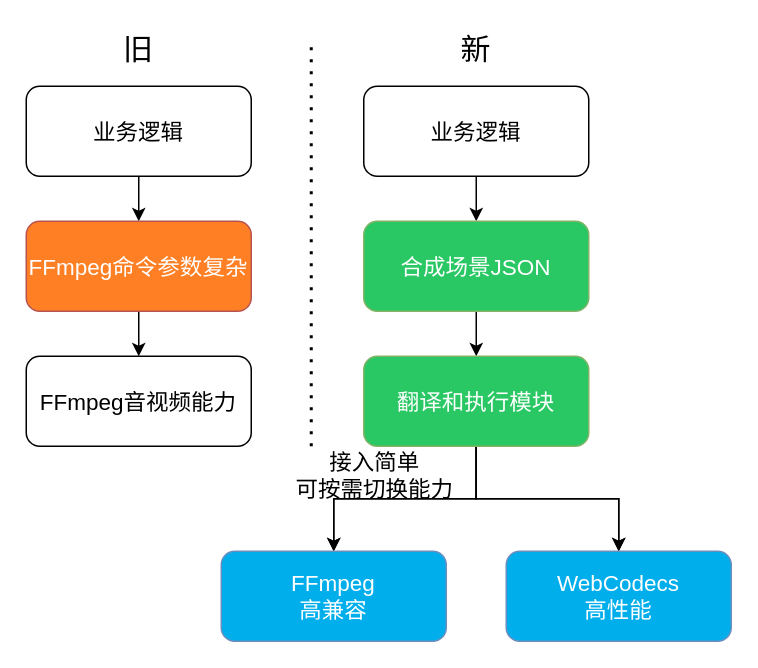
lqt0223/diagrams keeps this draw.io diagram as ffmpeg_json.drawio. Above is the earlier version. Source tidied: cells renumbered, new cells numbered last; positions are measured from the earlier drawing's top-left corner, leaving out a move shared by most shapes. Both pictures are drawn from the tidied source at 150%, with x=0, y=0 at pixel (26, 26).
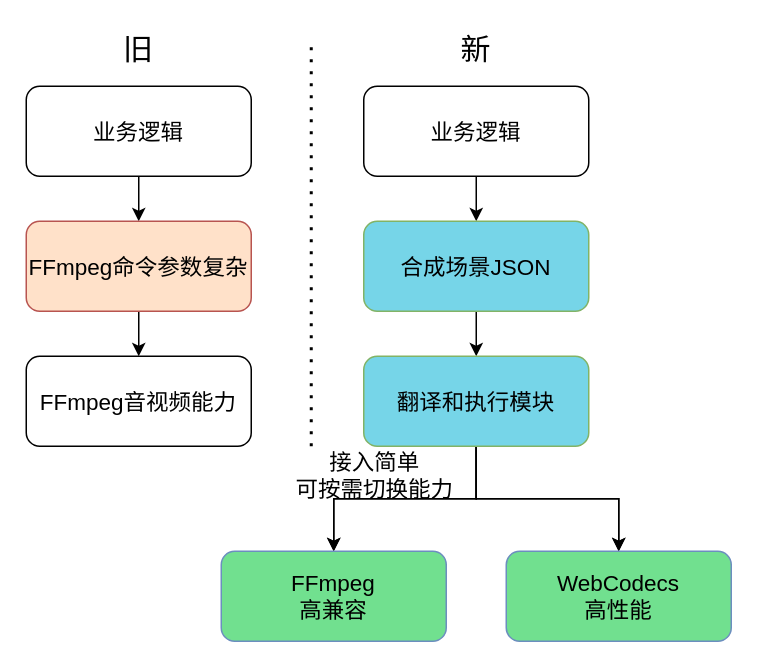
Above is the later version.

The edit, as a diff of the source:
```diff
@@
-    <mxCell id="5" value="FFmpeg命令参数&lt;span style=&quot;background-color: initial;&quot;&gt;复杂&lt;/span&gt;" style="whiteSpace=wrap;html=1;rounded=1;fontSize=15;fillColor=#ff7f24;strokeColor=#b85450;fontColor=#FFFFFF;" parent="1" vertex="1">
+    <mxCell id="5" value="FFmpeg命令参数&lt;span style=&quot;background-color: initial;&quot;&gt;复杂&lt;/span&gt;" style="whiteSpace=wrap;html=1;rounded=1;fontSize=15;fillColor=#FFE1C9;strokeColor=#b85450;fontColor=#000000;" parent="1" vertex="1">
       <mxGeometry y="130" width="150" height="60" as="geometry" />
     </mxCell>
@@
-    <mxCell id="10" value="合成场景JSON" style="whiteSpace=wrap;html=1;rounded=1;fontSize=15;fillColor=#2AC864;strokeColor=#82b366;fontColor=#FFFFFF;" parent="1" vertex="1">
+    <mxCell id="10" value="合成场景JSON" style="whiteSpace=wrap;html=1;rounded=1;fontSize=15;fillColor=#76D5E8;strokeColor=#82b366;fontColor=#000000;" parent="1" vertex="1">
       <mxGeometry x="225" y="130" width="150" height="60" as="geometry" />
     </mxCell>
@@
-    <mxCell id="15" value="翻译和执行模块" style="whiteSpace=wrap;html=1;rounded=1;fontSize=15;fillColor=#2AC864;strokeColor=#82b366;fontColor=#FFFFFF;" parent="1" vertex="1">
+    <mxCell id="15" value="翻译和执行模块" style="whiteSpace=wrap;html=1;rounded=1;fontSize=15;fillColor=#76D5E8;strokeColor=#82b366;fontColor=#000000;" parent="1" vertex="1">
       <mxGeometry x="225" y="220" width="150" height="60" as="geometry" />
     </mxCell>
-    <mxCell id="16" value="FFmpeg&lt;div&gt;高兼容&lt;/div&gt;" style="whiteSpace=wrap;html=1;rounded=1;fontSize=15;fillColor=#00aeec;strokeColor=#6c8ebf;fontColor=#FFFFFF;" parent="1" vertex="1">
+    <mxCell id="16" value="FFmpeg&lt;div&gt;高兼容&lt;/div&gt;" style="whiteSpace=wrap;html=1;rounded=1;fontSize=15;fillColor=#71E08F;strokeColor=#6c8ebf;fontColor=#000000;" parent="1" vertex="1">
       <mxGeometry x="130" y="350" width="150" height="60" as="geometry" />
     </mxCell>
-    <mxCell id="17" value="WebCodecs&lt;div&gt;高性能&lt;/div&gt;" style="whiteSpace=wrap;html=1;rounded=1;fontSize=15;fillColor=#00aeec;strokeColor=#6c8ebf;fontColor=#FFFFFF;" parent="1" vertex="1">
+    <mxCell id="17" value="WebCodecs&lt;div&gt;高性能&lt;/div&gt;" style="whiteSpace=wrap;html=1;rounded=1;fontSize=15;fillColor=#71E08F;strokeColor=#6c8ebf;fontColor=#000000;" parent="1" vertex="1">
       <mxGeometry x="320" y="350" width="150" height="60" as="geometry" />
     </mxCell>
```
